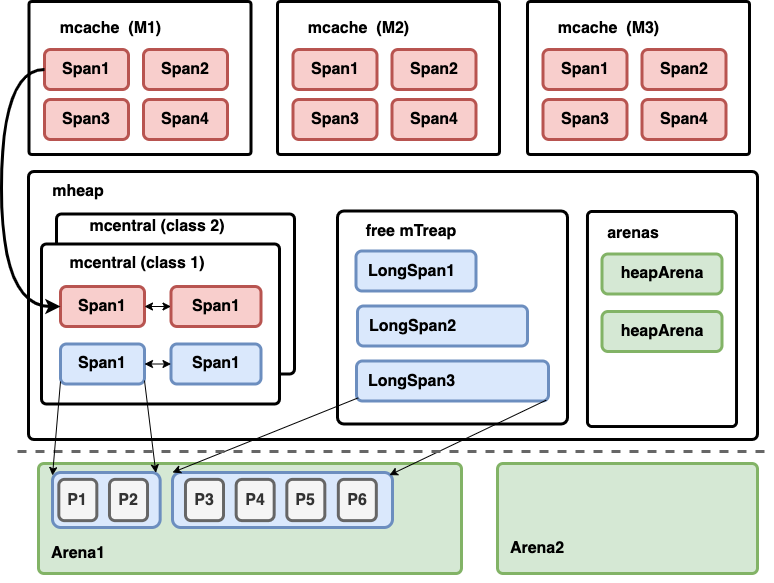
Above: webinars/16-internals-memory-v2/img/overview.png in OtusGolang/webinars (draw.io), before the change. Source tidied: cells renumbered, new cells last; positions are measured from the earlier drawing's top-left corner, leaving out a move shared by most shapes.
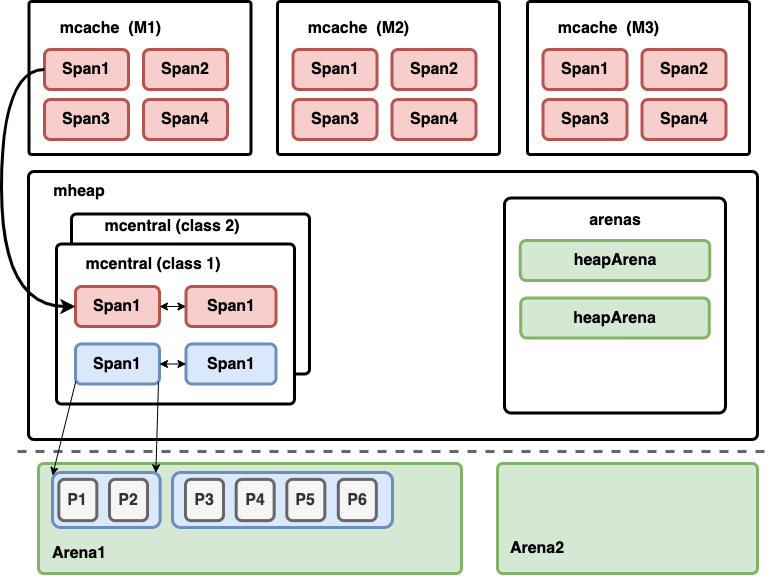
After the change.

Change to the diagram source:
```diff
@@ -5,36 +5,9 @@
     <mxCell id="2" style="rounded=1;whiteSpace=wrap;html=1;strokeWidth=3;fontSize=16;arcSize=2;" parent="1" vertex="1">
       <mxGeometry x="27" y="170" width="729" height="268" as="geometry" />
     </mxCell>
-    <mxCell id="3" style="group;" parent="1" vertex="1">
-      <mxGeometry x="336" y="209.5" width="230" height="213" as="geometry" />
-    </mxCell>
-    <mxCell id="4" style="rounded=1;whiteSpace=wrap;html=1;strokeWidth=3;arcSize=3;fontSize=16;fontStyle=1;" parent="3" vertex="1">
-      <mxGeometry width="230" height="213" as="geometry" />
-    </mxCell>
-    <mxCell id="5" value="free mTreap" style="text;html=1;strokeColor=none;fillColor=none;align=center;verticalAlign=middle;whiteSpace=wrap;rounded=0;fontSize=16;fontStyle=1;" parent="3" vertex="1">
-      <mxGeometry x="20" y="10" width="108" height="20" as="geometry" />
-    </mxCell>
-    <mxCell id="6" style="edgeStyle=none;rounded=0;orthogonalLoop=1;jettySize=auto;html=1;exitX=0.5;exitY=0;exitDx=0;exitDy=0;startArrow=classic;startFill=1;strokeColor=#000000;strokeWidth=1;fontSize=16;" parent="3" edge="1" source="5" target="5">
-      <mxGeometry relative="1" as="geometry" />
-    </mxCell>
-    <mxCell id="7" value="LongSpan1" style="rounded=1;whiteSpace=wrap;strokeWidth=3;fillColor=#dae8fc;strokeColor=#6c8ebf;fontSize=16;fontStyle=1;html=1;align=left;spacingLeft=10;" parent="3" vertex="1">
-      <mxGeometry x="18.5" y="40" width="120" height="40" as="geometry" />
-    </mxCell>
-    <mxCell id="8" value="LongSpan2" style="rounded=1;whiteSpace=wrap;html=1;strokeWidth=3;fillColor=#dae8fc;strokeColor=#6c8ebf;fontSize=16;fontStyle=1;spacingLeft=10;align=left;" parent="3" vertex="1">
-      <mxGeometry x="20" y="95" width="170" height="40" as="geometry" />
-    </mxCell>
-    <mxCell id="9" value="LongSpan3" style="rounded=1;whiteSpace=wrap;html=1;strokeWidth=3;fillColor=#dae8fc;strokeColor=#6c8ebf;fontSize=16;fontStyle=1;spacingLeft=10;align=left;" parent="3" vertex="1">
-      <mxGeometry x="19" y="150" width="192" height="40" as="geometry" />
-    </mxCell>
     <mxCell id="10" value="mheap" style="text;html=1;strokeColor=none;fillColor=none;align=center;verticalAlign=middle;whiteSpace=wrap;rounded=0;fontSize=16;fontStyle=1;" parent="1" vertex="1">
       <mxGeometry x="38.5" y="180" width="78" height="20" as="geometry" />
     </mxCell>
-    <mxCell id="11" style="rounded=1;whiteSpace=wrap;html=1;strokeWidth=3;fontSize=16;arcSize=3;" parent="1" vertex="1">
-      <mxGeometry x="586" y="210" width="149" height="215" as="geometry" />
-    </mxCell>
-    <mxCell id="12" value="arenas" style="text;html=1;strokeColor=none;fillColor=none;align=center;verticalAlign=middle;whiteSpace=wrap;rounded=0;fontSize=16;fontStyle=1;" parent="1" vertex="1">
-      <mxGeometry x="578" y="222.5" width="108" height="20" as="geometry" />
-    </mxCell>
     <mxCell id="13" style="rounded=1;whiteSpace=wrap;html=1;strokeWidth=3;arcSize=5;fontSize=16;fontStyle=1;fillColor=#d5e8d4;strokeColor=#82b366;" parent="1" vertex="1">
       <mxGeometry x="37" y="462" width="423" height="110" as="geometry" />
     </mxCell>
@@ -74,18 +47,6 @@
     <mxCell id="25" value="Arena2" style="text;html=1;strokeColor=none;fillColor=none;align=center;verticalAlign=middle;whiteSpace=wrap;rounded=0;fontSize=16;fontStyle=1;" parent="24" vertex="1">
       <mxGeometry x="20" y="75" width="40" height="20" as="geometry" />
     </mxCell>
-    <mxCell id="26" style="rounded=0;jettySize=auto;html=1;exitX=0.009;exitY=0.921;exitDx=0;exitDy=0;entryX=0;entryY=0;entryDx=0;entryDy=0;fontSize=16;strokeWidth=1;exitPerimeter=0;" parent="1" edge="1" source="9" target="16">
-      <mxGeometry relative="1" as="geometry" />
-    </mxCell>
-    <mxCell id="27" style="rounded=0;jettySize=auto;html=1;exitX=0.988;exitY=0.979;exitDx=0;exitDy=0;fontSize=16;strokeWidth=1;entryX=0.986;entryY=0.048;entryDx=0;entryDy=0;entryPerimeter=0;exitPerimeter=0;" parent="1" edge="1" source="9" target="16">
-      <mxGeometry relative="1" as="geometry" />
-    </mxCell>
-    <mxCell id="28" value="heapArena&lt;span style=&quot;font-family: &amp;#34;helvetica&amp;#34; , &amp;#34;arial&amp;#34; , sans-serif ; font-size: 0px ; font-weight: 400 ; white-space: nowrap&quot;&gt;%3CmxGraphModel%3E%3Croot%3E%3CmxCell%20id%3D%220%22%2F%3E%3CmxCell%20id%3D%221%22%20parent%3D%220%22%2F%3E%3CmxCell%20id%3D%222%22%20value%3D%22LongSpan1%22%20style%3D%22rounded%3D1%3BwhiteSpace%3Dwrap%3Bhtml%3D1%3BstrokeWidth%3D3%3BfillColor%3D%23dae8fc%3BstrokeColor%3D%236c8ebf%3BfontSize%3D16%3BfontStyle%3D1%22%20vertex%3D%221%22%20parent%3D%221%22%3E%3CmxGeometry%20x%3D%22338.5%22%20y%3D%22172.5%22%20width%3D%22120%22%20height%3D%2240%22%20as%3D%22geometry%22%2F%3E%3C%2FmxCell%3E%3C%2Froot%3E%3C%2FmxGraphModel%3E&lt;/span&gt;" style="rounded=1;whiteSpace=wrap;html=1;strokeWidth=3;fillColor=#d5e8d4;strokeColor=#82b366;fontSize=16;fontStyle=1;" parent="1" vertex="1">
-      <mxGeometry x="600.5" y="252.5" width="120" height="40" as="geometry" />
-    </mxCell>
-    <mxCell id="29" value="heapArena&lt;span style=&quot;font-family: &amp;#34;helvetica&amp;#34; , &amp;#34;arial&amp;#34; , sans-serif ; font-size: 0px ; font-weight: 400 ; white-space: nowrap&quot;&gt;%3CmxGraphModel%3E%3Croot%3E%3CmxCell%20id%3D%220%22%2F%3E%3CmxCell%20id%3D%221%22%20parent%3D%220%22%2F%3E%3CmxCell%20id%3D%222%22%20value%3D%22LongSpan1%22%20style%3D%22rounded%3D1%3BwhiteSpace%3Dwrap%3Bhtml%3D1%3BstrokeWidth%3D3%3BfillColor%3D%23dae8fc%3BstrokeColor%3D%236c8ebf%3BfontSize%3D16%3BfontStyle%3D1%22%20vertex%3D%221%22%20parent%3D%221%22%3E%3CmxGeometry%20x%3D%22338.5%22%20y%3D%22172.5%22%20width%3D%22120%22%20height%3D%2240%22%20as%3D%22geometry%22%2F%3E%3C%2FmxCell%3E%3C%2Froot%3E%3C%2FmxGraphModel%3E&lt;/span&gt;" style="rounded=1;whiteSpace=wrap;html=1;strokeWidth=3;fillColor=#d5e8d4;strokeColor=#82b366;fontSize=16;fontStyle=1;" parent="1" vertex="1">
-      <mxGeometry x="600.5" y="310" width="120" height="40" as="geometry" />
-    </mxCell>
     <mxCell id="30" style="rounded=1;whiteSpace=wrap;html=1;strokeWidth=3;fontSize=16;arcSize=2;" parent="1" vertex="1">
       <mxGeometry x="27.5" width="222" height="153" as="geometry" />
     </mxCell>
@@ -147,7 +108,7 @@
       <mxGeometry x="640.5" y="98" width="84" height="40" as="geometry" />
     </mxCell>
     <mxCell id="49" style="group;" parent="1" vertex="1">
-      <mxGeometry x="40" y="212.5" width="253" height="190" as="geometry" />
+      <mxGeometry x="55" y="212.5" width="253" height="190" as="geometry" />
     </mxCell>
     <mxCell id="50" style="rounded=1;whiteSpace=wrap;html=1;strokeWidth=3;arcSize=3;fontSize=16;fontStyle=1;" parent="49" vertex="1">
       <mxGeometry x="15" width="238" height="160" as="geometry" />
@@ -190,16 +151,28 @@
         </Array>
       </mxGeometry>
     </mxCell>
-    <mxCell id="62" style="rounded=0;orthogonalLoop=1;jettySize=auto;html=1;fontSize=16;strokeWidth=1;" parent="1" edge="1">
+    <mxCell id="62" style="rounded=0;jettySize=auto;html=1;fontSize=16;strokeWidth=1;exitX=0.004;exitY=0.929;exitDx=0;exitDy=0;exitPerimeter=0;" parent="1" edge="1" source="53">
       <mxGeometry relative="1" as="geometry">
-        <mxPoint x="59" y="380" as="sourcePoint" />
         <mxPoint x="51" y="474" as="targetPoint" />
       </mxGeometry>
     </mxCell>
-    <mxCell id="63" style="rounded=0;jettySize=auto;html=1;fontSize=16;strokeWidth=1;entryX=0.96;entryY=0.006;entryDx=0;entryDy=0;entryPerimeter=0;" parent="1" edge="1" target="17">
-      <mxGeometry relative="1" as="geometry">
-        <mxPoint x="143" y="379" as="sourcePoint" />
-      </mxGeometry>
+    <mxCell id="63" style="rounded=0;jettySize=auto;html=1;fontSize=16;strokeWidth=1;entryX=0.96;entryY=0.006;entryDx=0;entryDy=0;entryPerimeter=0;exitX=0.988;exitY=0.954;exitDx=0;exitDy=0;exitPerimeter=0;" parent="1" edge="1" source="53" target="17">
+      <mxGeometry relative="1" as="geometry" />
     </mxCell>
+    <mxCell id="64" style="group;" parent="1" vertex="1">
+      <mxGeometry x="503" y="196.5" width="221" height="215" as="geometry" />
+    </mxCell>
+    <mxCell id="11" style="rounded=1;whiteSpace=wrap;html=1;strokeWidth=3;fontSize=16;arcSize=3;" parent="64" vertex="1">
+      <mxGeometry width="221" height="215" as="geometry" />
+    </mxCell>
+    <mxCell id="12" value="arenas" style="text;html=1;strokeColor=none;fillColor=none;align=center;verticalAlign=middle;whiteSpace=wrap;rounded=0;fontSize=16;fontStyle=1;" parent="64" vertex="1">
+      <mxGeometry x="56.5" y="12.5" width="108" height="20" as="geometry" />
+    </mxCell>
+    <mxCell id="28" value="heapArena&lt;span style=&quot;font-family: &amp;#34;helvetica&amp;#34; , &amp;#34;arial&amp;#34; , sans-serif ; font-size: 0px ; font-weight: 400 ; white-space: nowrap&quot;&gt;%3CmxGraphModel%3E%3Croot%3E%3CmxCell%20id%3D%220%22%2F%3E%3CmxCell%20id%3D%221%22%20parent%3D%220%22%2F%3E%3CmxCell%20id%3D%222%22%20value%3D%22LongSpan1%22%20style%3D%22rounded%3D1%3BwhiteSpace%3Dwrap%3Bhtml%3D1%3BstrokeWidth%3D3%3BfillColor%3D%23dae8fc%3BstrokeColor%3D%236c8ebf%3BfontSize%3D16%3BfontStyle%3D1%22%20vertex%3D%221%22%20parent%3D%221%22%3E%3CmxGeometry%20x%3D%22338.5%22%20y%3D%22172.5%22%20width%3D%22120%22%20height%3D%2240%22%20as%3D%22geometry%22%2F%3E%3C%2FmxCell%3E%3C%2Froot%3E%3C%2FmxGraphModel%3E&lt;/span&gt;" style="rounded=1;whiteSpace=wrap;html=1;strokeWidth=3;fillColor=#d5e8d4;strokeColor=#82b366;fontSize=16;fontStyle=1;" parent="64" vertex="1">
+      <mxGeometry x="15.8" y="42.5" width="189.5" height="40" as="geometry" />
+    </mxCell>
+    <mxCell id="29" value="heapArena&lt;span style=&quot;font-family: &amp;#34;helvetica&amp;#34; , &amp;#34;arial&amp;#34; , sans-serif ; font-size: 0px ; font-weight: 400 ; white-space: nowrap&quot;&gt;%3CmxGraphModel%3E%3Croot%3E%3CmxCell%20id%3D%220%22%2F%3E%3CmxCell%20id%3D%221%22%20parent%3D%220%22%2F%3E%3CmxCell%20id%3D%222%22%20value%3D%22LongSpan1%22%20style%3D%22rounded%3D1%3BwhiteSpace%3Dwrap%3Bhtml%3D1%3BstrokeWidth%3D3%3BfillColor%3D%23dae8fc%3BstrokeColor%3D%236c8ebf%3BfontSize%3D16%3BfontStyle%3D1%22%20vertex%3D%221%22%20parent%3D%221%22%3E%3CmxGeometry%20x%3D%22338.5%22%20y%3D%22172.5%22%20width%3D%22120%22%20height%3D%2240%22%20as%3D%22geometry%22%2F%3E%3C%2FmxCell%3E%3C%2Froot%3E%3C%2FmxGraphModel%3E&lt;/span&gt;" style="rounded=1;whiteSpace=wrap;html=1;strokeWidth=3;fillColor=#d5e8d4;strokeColor=#82b366;fontSize=16;fontStyle=1;" parent="64" vertex="1">
+      <mxGeometry x="16.2" y="100" width="188.5" height="40" as="geometry" />
+    </mxCell>
   </root>
 </mxGraphModel>
```
